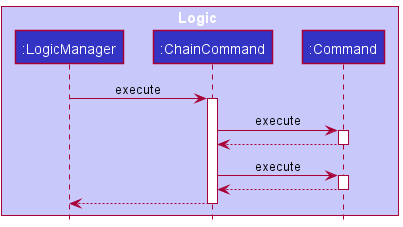
The PlantUML diagram docs/images/ChainCommandSequenceDiagram.png in nus-cs2103-AY2122S2/tp, before a commit.
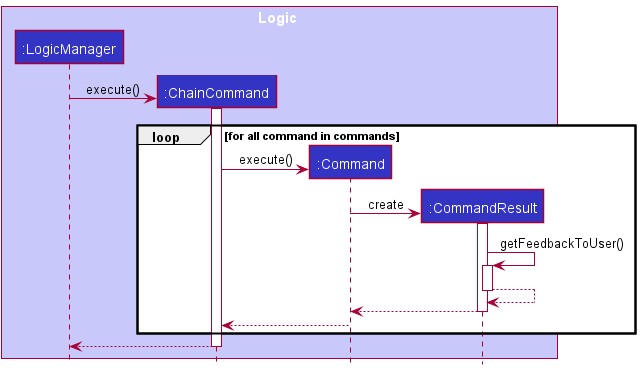
Above is the later version.

What changed in the source:
```diff
@@ -5,16 +5,25 @@
 participant ":LogicManager"  as LogicManager LOGIC_COLOR
 participant ":ChainCommand"  as ChainCommand LOGIC_COLOR
 participant ":Command"  as Command LOGIC_COLOR
+participant ":CommandResult"  as CommandResult LOGIC_COLOR
+end box
 
-LogicManager -> ChainCommand : execute
-activate ChainCommand
-ChainCommand  -> Command : execute
-activate Command
-Command --> ChainCommand
-deactivate Command
-ChainCommand -> Command : execute
-activate Command
-Command --> ChainCommand
-deactivate Command
+create ChainCommand
+LogicManager -> ChainCommand : execute()
+loop for all command in commands
+    activate ChainCommand
+    create Command
+    ChainCommand -> Command : execute()
+    create CommandResult
+    Command -> CommandResult : create
+    activate CommandResult
+    CommandResult -> CommandResult : getFeedbackToUser()
+    activate CommandResult
+    CommandResult --> CommandResult:
+    deactivate CommandResult
+    CommandResult --> Command:
+    deactivate CommandResult
+    Command --> ChainCommand:
+end
 return
 @enduml
```
